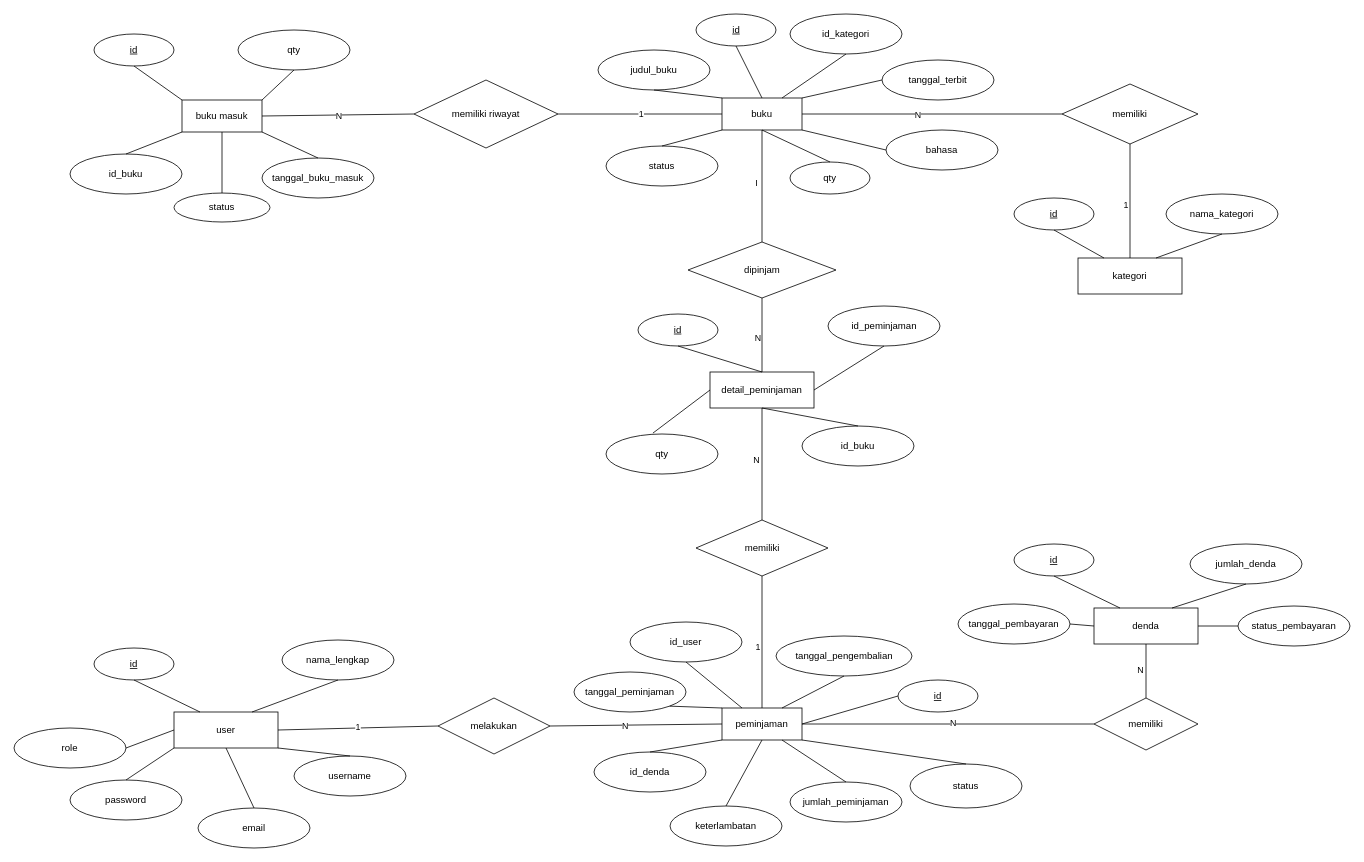
The draw.io diagram library_erd.drawio in Zakaria-CPU301/library, before the edit. Source tidied: cells renumbered, new cells numbered last; positions are measured from the earlier drawing's top-left corner, leaving out a move shared by most shapes. Both pictures are drawn from the tidied source at 80%, with x=0, y=0 at pixel (14, 14).
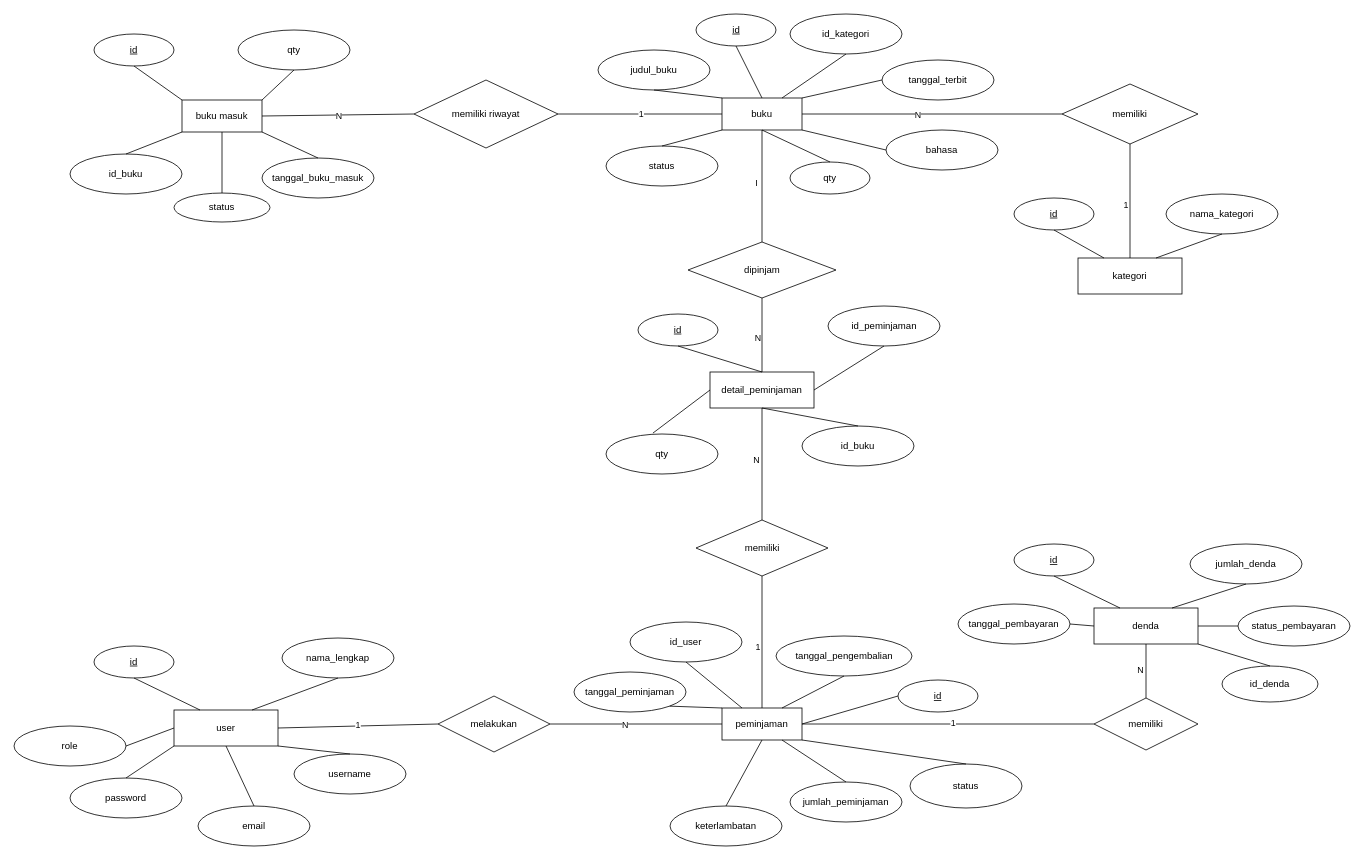
Above is the later version.

Unchanged cells that the change refers to:
```xml
<mxCell id="23" value="denda" style="whiteSpace=wrap;html=1;align=center;" parent="1" vertex="1">
  <mxGeometry x="1350" y="742.5" width="130" height="45" as="geometry" />
</mxCell>
<mxCell id="26" value="peminjaman" style="whiteSpace=wrap;html=1;align=center;" parent="1" vertex="1">
  <mxGeometry x="885" y="867.5" width="100" height="40" as="geometry" />
</mxCell>
<mxCell id="67" style="endArrow=none;html=1;rounded=0;exitX=1;exitY=0.5;exitDx=0;exitDy=0;entryX=0;entryY=0.5;entryDx=0;entryDy=0;" parent="1" edge="1" source="26" target="66">
  <mxGeometry relative="1" as="geometry" />
</mxCell>
```

The edit, as a diff of the source:
```diff
@@
     <mxCell id="30" value="user" style="whiteSpace=wrap;html=1;align=center;" parent="1" vertex="1">
-      <mxGeometry x="200" y="872.5" width="130" height="45" as="geometry" />
+      <mxGeometry x="200" y="870" width="130" height="45" as="geometry" />
     </mxCell>
     <mxCell id="31" value="id" style="ellipse;whiteSpace=wrap;html=1;align=center;fontStyle=4;" parent="1" vertex="1">
-      <mxGeometry x="100" y="792.5" width="100" height="40" as="geometry" />
+      <mxGeometry x="100" y="790" width="100" height="40" as="geometry" />
     </mxCell>
     <mxCell id="32" value="nama_lengkap" style="ellipse;whiteSpace=wrap;html=1;align=center;" parent="1" vertex="1">
-      <mxGeometry x="335" y="782.5" width="140" height="50" as="geometry" />
+      <mxGeometry x="335" y="780" width="140" height="50" as="geometry" />
     </mxCell>
     <mxCell id="33" value="username" style="ellipse;whiteSpace=wrap;html=1;align=center;" parent="1" vertex="1">
-      <mxGeometry x="350" y="927.5" width="140" height="50" as="geometry" />
+      <mxGeometry x="350" y="925" width="140" height="50" as="geometry" />
     </mxCell>
     <mxCell id="34" value="email" style="ellipse;whiteSpace=wrap;html=1;align=center;" parent="1" vertex="1">
-      <mxGeometry x="230" y="992.5" width="140" height="50" as="geometry" />
+      <mxGeometry x="230" y="990" width="140" height="50" as="geometry" />
     </mxCell>
     <mxCell id="35" value="password" style="ellipse;whiteSpace=wrap;html=1;align=center;" parent="1" vertex="1">
-      <mxGeometry x="70" y="957.5" width="140" height="50" as="geometry" />
+      <mxGeometry x="70" y="955" width="140" height="50" as="geometry" />
     </mxCell>
     <mxCell id="36" value="role" style="ellipse;whiteSpace=wrap;html=1;align=center;" parent="1" vertex="1">
-      <mxGeometry y="892.5" width="140" height="50" as="geometry" />
+      <mxGeometry y="890" width="140" height="50" as="geometry" />
     </mxCell>
     <mxCell id="37" value="melakukan" style="shape=rhombus;perimeter=rhombusPerimeter;whiteSpace=wrap;html=1;align=center;" parent="1" vertex="1">
-      <mxGeometry x="530" y="855" width="140" height="70" as="geometry" />
+      <mxGeometry x="530" y="852.5" width="140" height="70" as="geometry" />
     </mxCell>
@@
     <mxCell id="42" value="id_denda" style="ellipse;whiteSpace=wrap;html=1;align=center;" parent="1" vertex="1">
-      <mxGeometry x="725" y="922.5" width="140" height="50" as="geometry" />
+      <mxGeometry x="1510" y="815" width="120" height="45" as="geometry" />
     </mxCell>
@@
-    <mxCell id="68" value="N" style="edgeLabel;html=1;align=center;verticalAlign=middle;" parent="67" vertex="1">
+    <mxCell id="68" value="1" style="edgeLabel;html=1;align=center;verticalAlign=middle;" parent="67" vertex="1">
       <mxGeometry x="0.07" y="1" relative="1" as="geometry">
         <mxPoint x="-7" as="offset" />
       </mxGeometry>
     </mxCell>
@@
-    <mxCell id="89" style="endArrow=none;html=1;rounded=0;exitX=0.5;exitY=0;exitDx=0;exitDy=0;entryX=0;entryY=1;entryDx=0;entryDy=0;" parent="1" edge="1" source="42" target="26">
+    <mxCell id="89" style="endArrow=none;html=1;rounded=0;exitX=1;exitY=1;exitDx=0;exitDy=0;entryX=0.5;entryY=0;entryDx=0;entryDy=0;" parent="1" edge="1" source="23" target="42">
       <mxGeometry relative="1" as="geometry" />
     </mxCell>
```
